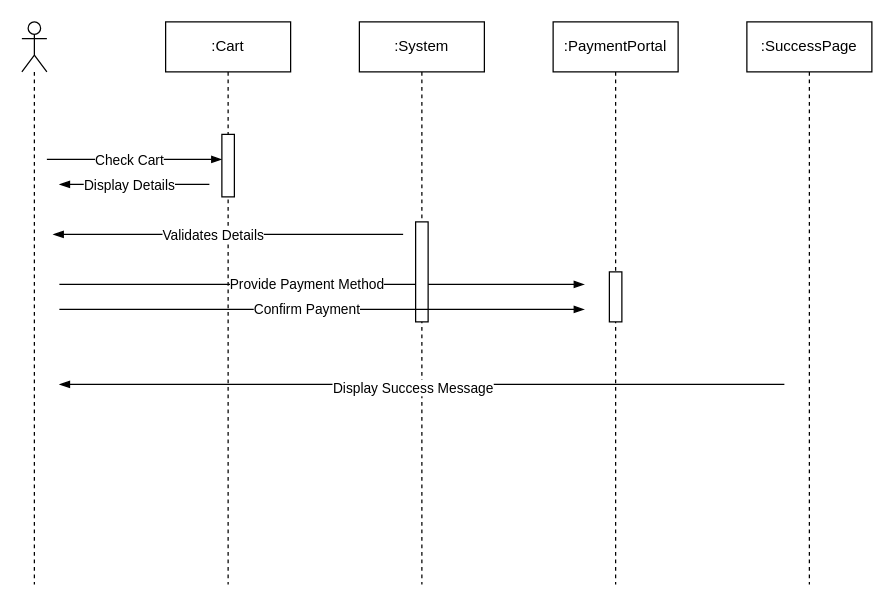
Above: uml/makeOrderSequenceDiagram.drawio in zinoubm/Marketly (draw.io), before the change. Source tidied: cells renumbered, new cells numbered last; positions are measured from the earlier drawing's top-left corner, leaving out a move shared by most shapes. Both pictures are drawn from the tidied source at 125%, with x=0, y=0 at pixel (21, 21).
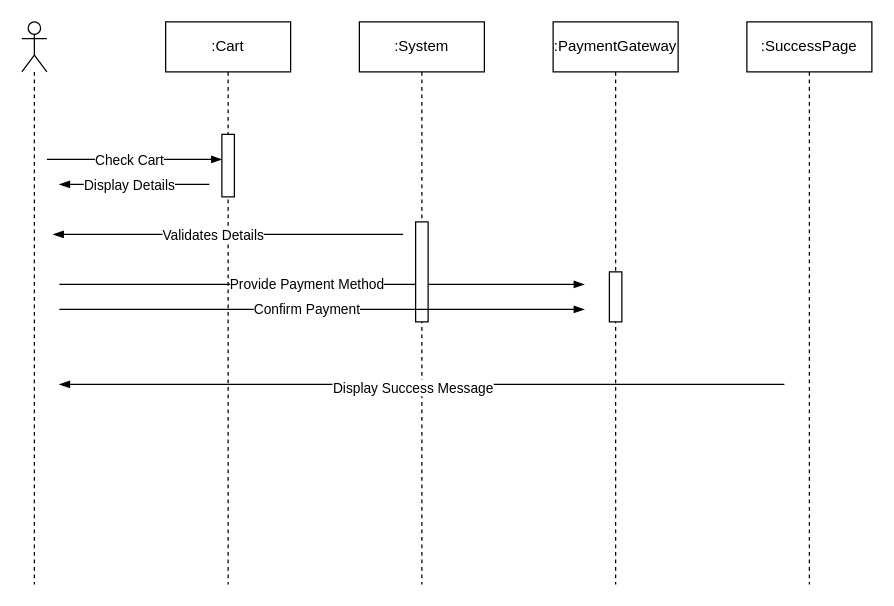
Above is the later version.

Commit message:
renaming actor

What changed in the source:
```diff
@@
-    <mxCell id="13" value=":PaymentPortal" style="shape=umlLifeline;perimeter=lifelinePerimeter;whiteSpace=wrap;html=1;" parent="1" vertex="1">
+    <mxCell id="13" value=":PaymentGateway" style="shape=umlLifeline;perimeter=lifelinePerimeter;whiteSpace=wrap;html=1;" parent="1" vertex="1">
       <mxGeometry x="425" width="100" height="450" as="geometry" />
     </mxCell>
```
